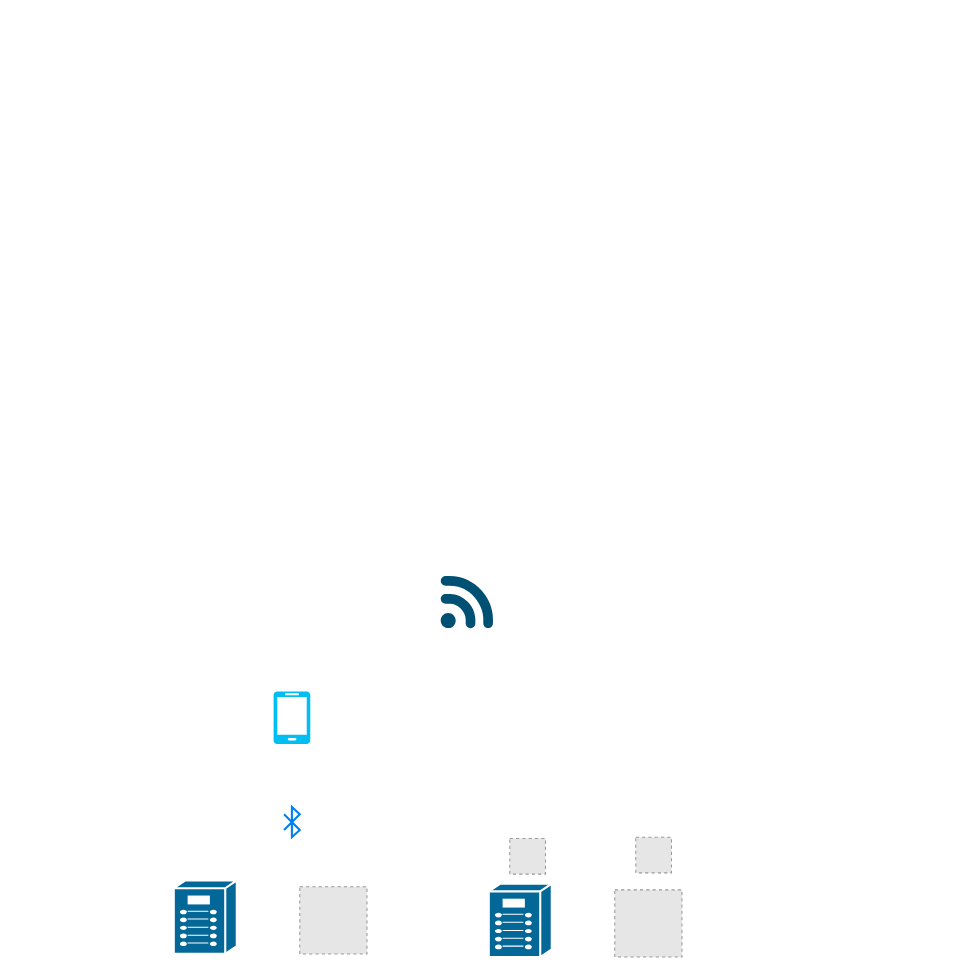
liz2m/draw.images keeps this draw.io diagram as 澳瑞特设备管理.drawio. Above is the earlier version. Source tidied: cells renumbered, new cells numbered last; positions are measured from the earlier drawing's top-left corner, leaving out a move shared by most shapes. Both pictures are drawn from the tidied source at 105%, with x=0, y=0 at pixel (173, 575). Pictures stored in the file or linked from it are replaced by grey dashed boxes.
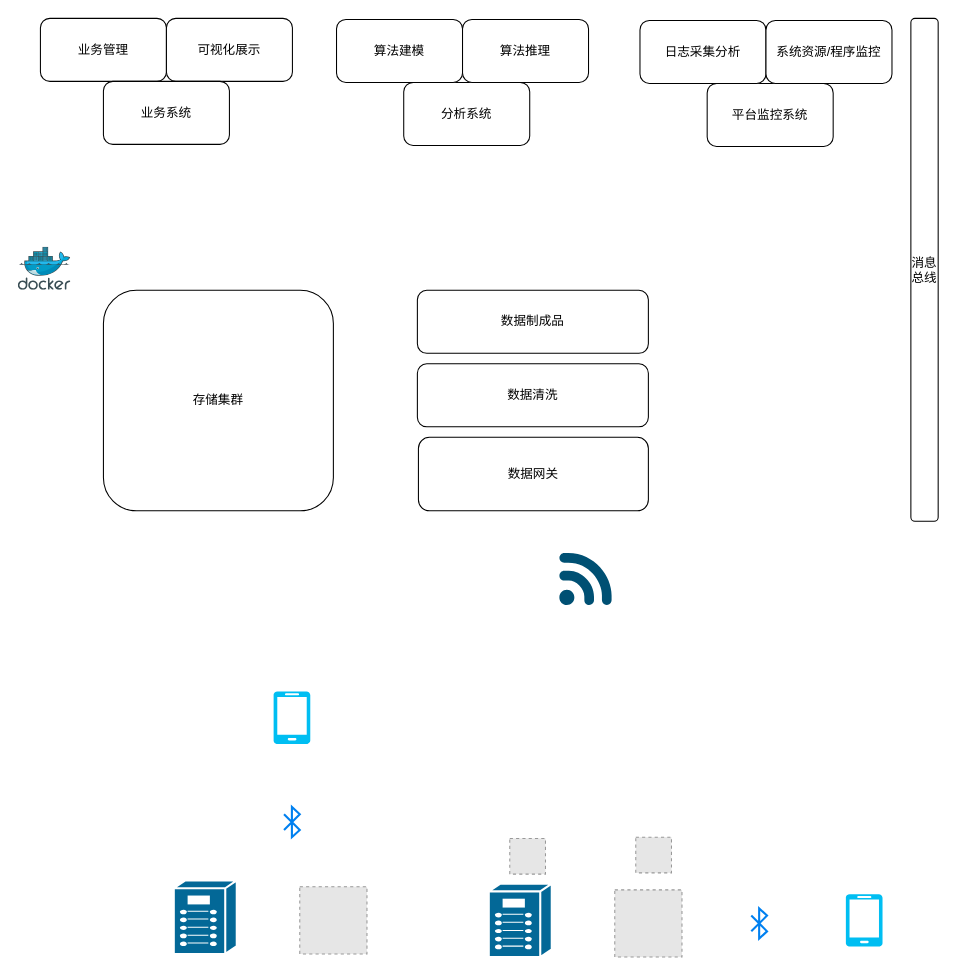
Above is the later version.

Commit message (it also covers changes not shown here):
更新澳瑞特设备管理.drawio

The edit, as a diff of the source:
```diff
@@
     <mxCell id="3" style="verticalLabelPosition=bottom;sketch=0;html=1;verticalAlign=top;align=center;shape=mxgraph.cisco19.3g_4g_indicator;fillColor=#005073;strokeColor=none;" parent="1" vertex="1">
-      <mxGeometry x="254" width="50" height="50" as="geometry" />
+      <mxGeometry x="367" y="-22" width="50" height="50" as="geometry" />
     </mxCell>
@@
+    <mxCell id="11" style="sketch=0;html=1;align=center;image;fontSize=12;image=img/lib/mscae/Docker.svg;fontColor=#000000;" parent="1" vertex="1">
+      <mxGeometry x="-148" y="-313" width="50" height="41" as="geometry" />
+    </mxCell>
+    <mxCell id="12" style="html=1;verticalLabelPosition=bottom;align=center;labelBackgroundColor=#ffffff;verticalAlign=top;strokeWidth=2;strokeColor=#0080F0;shadow=0;dashed=0;shape=mxgraph.ios7.icons.bluetooth;" parent="1" vertex="1">
+      <mxGeometry x="550" y="316.6" width="15" height="28.8" as="geometry" />
+    </mxCell>
+    <mxCell id="13" style="verticalLabelPosition=bottom;html=1;verticalAlign=top;align=center;strokeColor=none;fillColor=#00BEF2;shape=mxgraph.azure.mobile;fontColor=#000000;" parent="1" vertex="1">
+      <mxGeometry x="640" y="303" width="35" height="50" as="geometry" />
+    </mxCell>
+    <mxCell id="14" value="数据网关" style="rounded=1;whiteSpace=wrap;html=1;fontColor=#000000;" parent="1" vertex="1">
+      <mxGeometry x="233" y="-132" width="219" height="70" as="geometry" />
+    </mxCell>
+    <mxCell id="15" value="消息总线" style="rounded=1;whiteSpace=wrap;html=1;fontColor=#000000;" parent="1" vertex="1">
+      <mxGeometry x="702" y="-531" width="26" height="479" as="geometry" />
+    </mxCell>
+    <mxCell id="16" value="数据清洗" style="rounded=1;whiteSpace=wrap;html=1;fontColor=#000000;" parent="1" vertex="1">
+      <mxGeometry x="232" y="-202" width="220" height="60" as="geometry" />
+    </mxCell>
+    <mxCell id="17" value="分析系统" style="rounded=1;whiteSpace=wrap;html=1;fontColor=#000000;" parent="1" vertex="1">
+      <mxGeometry x="219" y="-470" width="120" height="60" as="geometry" />
+    </mxCell>
+    <mxCell id="18" value="业务管理" style="rounded=1;whiteSpace=wrap;html=1;fontColor=#000000;" parent="1" vertex="1">
+      <mxGeometry x="-127" y="-531" width="120" height="60" as="geometry" />
+    </mxCell>
+    <mxCell id="19" value="可视化展示" style="rounded=1;whiteSpace=wrap;html=1;fontColor=#000000;" parent="1" vertex="1">
+      <mxGeometry x="-7" y="-531" width="120" height="60" as="geometry" />
+    </mxCell>
+    <mxCell id="20" value="算法建模" style="rounded=1;whiteSpace=wrap;html=1;fontColor=#000000;" parent="1" vertex="1">
+      <mxGeometry x="155" y="-530" width="120" height="60" as="geometry" />
+    </mxCell>
+    <mxCell id="21" value="算法推理" style="rounded=1;whiteSpace=wrap;html=1;fontColor=#000000;" parent="1" vertex="1">
+      <mxGeometry x="275" y="-530" width="120" height="60" as="geometry" />
+    </mxCell>
+    <mxCell id="22" value="业务系统" style="rounded=1;whiteSpace=wrap;html=1;fontColor=#000000;" parent="1" vertex="1">
+      <mxGeometry x="-67" y="-471" width="120" height="60" as="geometry" />
+    </mxCell>
+    <mxCell id="23" value="平台监控系统" style="rounded=1;whiteSpace=wrap;html=1;fontColor=#000000;" parent="1" vertex="1">
+      <mxGeometry x="508" y="-469" width="120" height="60" as="geometry" />
+    </mxCell>
+    <mxCell id="24" value="日志采集分析" style="rounded=1;whiteSpace=wrap;html=1;fontColor=#000000;" parent="1" vertex="1">
+      <mxGeometry x="444" y="-529" width="120" height="60" as="geometry" />
+    </mxCell>
+    <mxCell id="25" value="系统资源/程序监控" style="rounded=1;whiteSpace=wrap;html=1;fontColor=#000000;" parent="1" vertex="1">
+      <mxGeometry x="564" y="-529" width="120" height="60" as="geometry" />
+    </mxCell>
+    <mxCell id="26" value="数据制成品" style="rounded=1;whiteSpace=wrap;html=1;fontColor=#000000;" parent="1" vertex="1">
+      <mxGeometry x="232" y="-272" width="220" height="60" as="geometry" />
+    </mxCell>
+    <mxCell id="27" value="存储集群" style="rounded=1;whiteSpace=wrap;html=1;fontColor=#000000;" parent="1" vertex="1">
+      <mxGeometry x="-67" y="-272" width="219" height="210" as="geometry" />
+    </mxCell>
```
